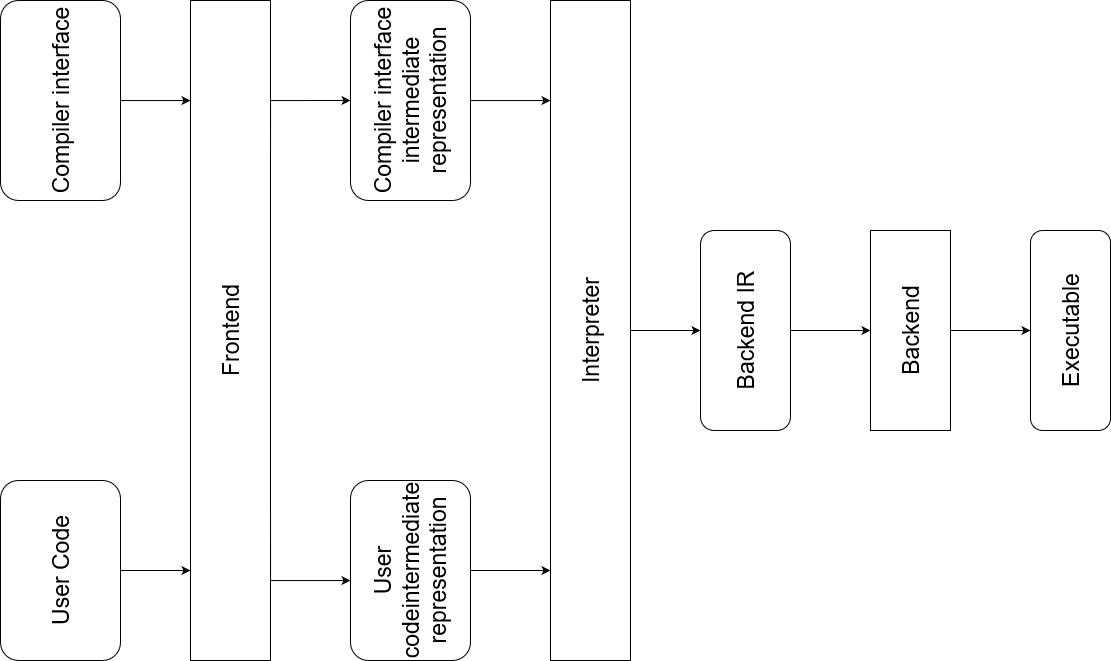
The draw.io diagram Papers/FEDCIS-2023-presentation/pictures/compiler-structure.png in Agrabski/C-equals-1, before a commit. Source tidied: cells renumbered, new cells last; positions are measured from the earlier drawing's top-left corner, leaving out a move shared by most shapes.
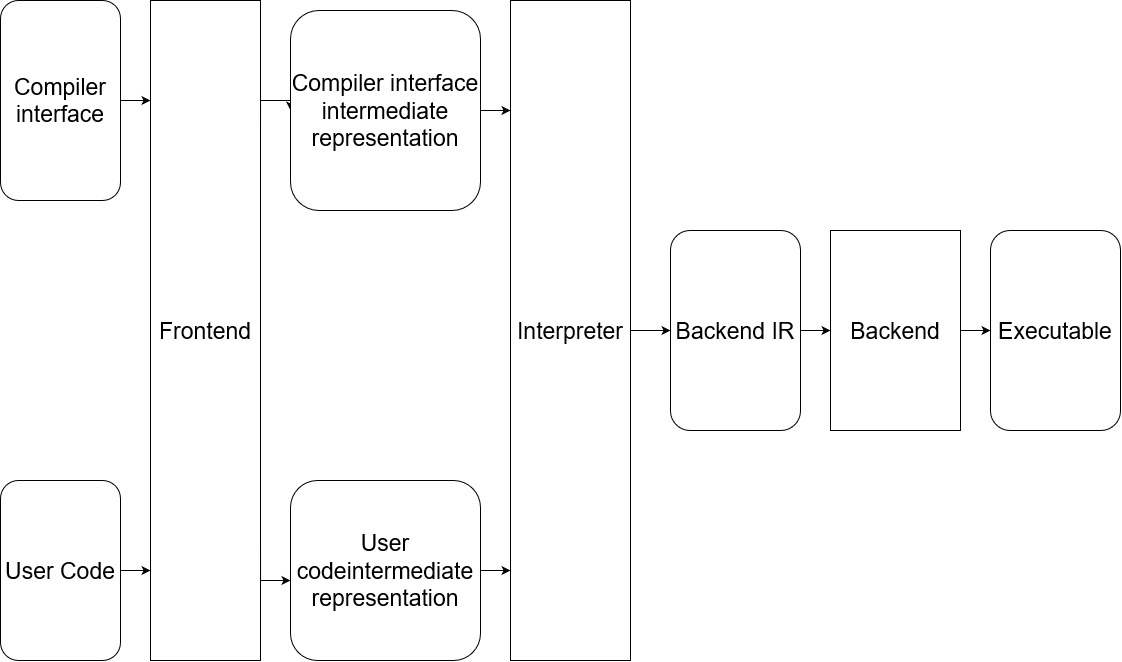
The same diagram one commit later.

What changed in the source:
```diff
@@ -2,7 +2,7 @@
   <root>
     <mxCell id="0" />
     <mxCell id="1" parent="0" />
-    <mxCell id="2" style="edgeStyle=orthogonalEdgeStyle;rounded=0;jettySize=auto;html=1;fontSize=23;horizontal=0;" parent="1" edge="1" source="3" target="8">
+    <mxCell id="2" style="edgeStyle=orthogonalEdgeStyle;rounded=0;jettySize=auto;html=1;fontSize=23;horizontal=1;" parent="1" edge="1" source="3" target="8">
       <mxGeometry relative="1" as="geometry">
         <Array as="points">
           <mxPoint x="180" y="100" />
@@ -10,10 +10,10 @@
         </Array>
       </mxGeometry>
     </mxCell>
-    <mxCell id="3" value="&lt;div style=&quot;font-size: 23px;&quot;&gt;Compiler interface&lt;/div&gt;" style="rounded=1;whiteSpace=wrap;html=1;horizontal=0;fontSize=23;" parent="1" vertex="1">
-      <mxGeometry width="120" height="200" as="geometry" />
+    <mxCell id="3" value="&lt;div style=&quot;font-size: 23px;&quot;&gt;Compiler interface&lt;/div&gt;" style="rounded=1;whiteSpace=wrap;html=1;horizontal=1;fontSize=23;" parent="1" vertex="1">
+      <mxGeometry x="-40" width="120" height="200" as="geometry" />
     </mxCell>
-    <mxCell id="4" style="edgeStyle=orthogonalEdgeStyle;rounded=0;jettySize=auto;html=1;fontSize=23;horizontal=0;" parent="1" edge="1" source="5" target="8">
+    <mxCell id="4" style="edgeStyle=orthogonalEdgeStyle;rounded=0;jettySize=auto;html=1;fontSize=23;horizontal=1;" parent="1" edge="1" source="5" target="8">
       <mxGeometry relative="1" as="geometry">
         <Array as="points">
           <mxPoint x="200" y="580" />
@@ -21,45 +21,45 @@
         </Array>
       </mxGeometry>
     </mxCell>
-    <mxCell id="5" value="User Code" style="rounded=1;whiteSpace=wrap;html=1;horizontal=0;fontSize=23;" parent="1" vertex="1">
-      <mxGeometry y="480" width="120" height="180" as="geometry" />
+    <mxCell id="5" value="User Code" style="rounded=1;whiteSpace=wrap;html=1;horizontal=1;fontSize=23;" parent="1" vertex="1">
+      <mxGeometry x="-40" y="480" width="120" height="180" as="geometry" />
     </mxCell>
-    <mxCell id="6" style="edgeStyle=orthogonalEdgeStyle;rounded=0;jettySize=auto;html=1;exitX=1;exitY=0.75;exitDx=0;exitDy=0;fontSize=23;horizontal=0;" parent="1" edge="1" source="8" target="18">
+    <mxCell id="6" style="edgeStyle=orthogonalEdgeStyle;rounded=0;jettySize=auto;html=1;exitX=1;exitY=0.75;exitDx=0;exitDy=0;fontSize=23;horizontal=1;" parent="1" edge="1" source="8" target="18">
       <mxGeometry relative="1" as="geometry">
         <Array as="points">
-          <mxPoint x="270" y="580" />
+          <mxPoint x="220" y="580" />
         </Array>
       </mxGeometry>
     </mxCell>
-    <mxCell id="7" style="edgeStyle=orthogonalEdgeStyle;rounded=0;jettySize=auto;html=1;exitX=1;exitY=0.25;exitDx=0;exitDy=0;entryX=0;entryY=0.5;entryDx=0;entryDy=0;fontSize=23;horizontal=0;" parent="1" edge="1" source="8" target="16">
+    <mxCell id="7" style="edgeStyle=orthogonalEdgeStyle;rounded=0;jettySize=auto;html=1;exitX=1;exitY=0.25;exitDx=0;exitDy=0;entryX=0;entryY=0.5;entryDx=0;entryDy=0;fontSize=23;horizontal=1;" parent="1" edge="1" source="8" target="16">
       <mxGeometry relative="1" as="geometry">
         <Array as="points">
-          <mxPoint x="270" y="100" />
+          <mxPoint x="220" y="100" />
         </Array>
       </mxGeometry>
     </mxCell>
-    <mxCell id="8" value="&lt;div style=&quot;font-size: 23px;&quot;&gt;Frontend&lt;/div&gt;" style="rounded=0;whiteSpace=wrap;html=1;horizontal=0;fontSize=23;" parent="1" vertex="1">
-      <mxGeometry x="190" width="80" height="660" as="geometry" />
+    <mxCell id="8" value="&lt;div style=&quot;font-size: 23px;&quot;&gt;Frontend&lt;/div&gt;" style="rounded=0;whiteSpace=wrap;html=1;horizontal=1;fontSize=23;" parent="1" vertex="1">
+      <mxGeometry x="110" width="110" height="660" as="geometry" />
     </mxCell>
-    <mxCell id="9" style="edgeStyle=orthogonalEdgeStyle;rounded=0;jettySize=auto;html=1;fontSize=23;horizontal=0;" parent="1" edge="1" source="10" target="14">
+    <mxCell id="9" style="edgeStyle=orthogonalEdgeStyle;rounded=0;jettySize=auto;html=1;fontSize=23;horizontal=1;" parent="1" edge="1" source="10" target="14">
       <mxGeometry relative="1" as="geometry" />
     </mxCell>
-    <mxCell id="10" value="Interpreter" style="rounded=0;whiteSpace=wrap;html=1;horizontal=0;fontSize=23;" parent="1" vertex="1">
-      <mxGeometry x="550" width="80" height="660" as="geometry" />
+    <mxCell id="10" value="Interpreter" style="rounded=0;whiteSpace=wrap;html=1;horizontal=1;fontSize=23;" parent="1" vertex="1">
+      <mxGeometry x="470" width="120" height="660" as="geometry" />
     </mxCell>
-    <mxCell id="11" style="edgeStyle=orthogonalEdgeStyle;rounded=0;jettySize=auto;html=1;fontSize=23;horizontal=0;" parent="1" edge="1" source="12" target="19">
+    <mxCell id="11" style="edgeStyle=orthogonalEdgeStyle;rounded=0;jettySize=auto;html=1;fontSize=23;horizontal=1;" parent="1" edge="1" source="12" target="19">
       <mxGeometry relative="1" as="geometry" />
     </mxCell>
-    <mxCell id="12" value="Backend" style="rounded=0;whiteSpace=wrap;html=1;horizontal=0;fontSize=23;" parent="1" vertex="1">
-      <mxGeometry x="870" y="230" width="80" height="200" as="geometry" />
+    <mxCell id="12" value="Backend" style="rounded=0;whiteSpace=wrap;html=1;horizontal=1;fontSize=23;" parent="1" vertex="1">
+      <mxGeometry x="790" y="230" width="130" height="200" as="geometry" />
     </mxCell>
-    <mxCell id="13" style="edgeStyle=orthogonalEdgeStyle;rounded=0;jettySize=auto;html=1;fontSize=23;horizontal=0;" parent="1" edge="1" source="14" target="12">
+    <mxCell id="13" style="edgeStyle=orthogonalEdgeStyle;rounded=0;jettySize=auto;html=1;fontSize=23;horizontal=1;" parent="1" edge="1" source="14" target="12">
       <mxGeometry relative="1" as="geometry" />
     </mxCell>
-    <mxCell id="14" value="Backend IR" style="rounded=1;whiteSpace=wrap;html=1;horizontal=0;fontSize=23;" parent="1" vertex="1">
-      <mxGeometry x="700" y="230" width="90" height="200" as="geometry" />
+    <mxCell id="14" value="Backend IR" style="rounded=1;whiteSpace=wrap;html=1;horizontal=1;fontSize=23;" parent="1" vertex="1">
+      <mxGeometry x="630" y="230" width="130" height="200" as="geometry" />
     </mxCell>
-    <mxCell id="15" style="edgeStyle=orthogonalEdgeStyle;rounded=0;jettySize=auto;html=1;fontSize=23;horizontal=0;" parent="1" edge="1" source="16" target="10">
+    <mxCell id="15" style="edgeStyle=orthogonalEdgeStyle;rounded=0;jettySize=auto;html=1;fontSize=23;horizontal=1;" parent="1" edge="1" source="16" target="10">
       <mxGeometry relative="1" as="geometry">
         <Array as="points">
           <mxPoint x="540" y="100" />
@@ -67,10 +67,10 @@
         </Array>
       </mxGeometry>
     </mxCell>
-    <mxCell id="16" value="&lt;div style=&quot;font-size: 23px;&quot;&gt;Compiler interface intermediate representation&lt;/div&gt;" style="rounded=1;whiteSpace=wrap;html=1;horizontal=0;fontSize=23;" parent="1" vertex="1">
-      <mxGeometry x="350" width="120" height="200" as="geometry" />
+    <mxCell id="16" value="&lt;div style=&quot;font-size: 23px;&quot;&gt;Compiler interface intermediate representation&lt;/div&gt;" style="rounded=1;whiteSpace=wrap;html=1;horizontal=1;fontSize=23;" parent="1" vertex="1">
+      <mxGeometry x="250" y="10" width="190" height="200" as="geometry" />
     </mxCell>
-    <mxCell id="17" style="edgeStyle=orthogonalEdgeStyle;rounded=0;jettySize=auto;html=1;fontSize=23;horizontal=0;" parent="1" edge="1" source="18" target="10">
+    <mxCell id="17" style="edgeStyle=orthogonalEdgeStyle;rounded=0;jettySize=auto;html=1;fontSize=23;horizontal=1;" parent="1" edge="1" source="18" target="10">
       <mxGeometry relative="1" as="geometry">
         <Array as="points">
           <mxPoint x="570" y="580" />
@@ -78,11 +78,11 @@
         </Array>
       </mxGeometry>
     </mxCell>
-    <mxCell id="18" value="&lt;div style=&quot;font-size: 23px;&quot;&gt;User codeintermediate representation&lt;/div&gt;" style="rounded=1;whiteSpace=wrap;html=1;horizontal=0;fontSize=23;" parent="1" vertex="1">
-      <mxGeometry x="350" y="480" width="120" height="180" as="geometry" />
+    <mxCell id="18" value="&lt;div style=&quot;font-size: 23px;&quot;&gt;User codeintermediate representation&lt;/div&gt;" style="rounded=1;whiteSpace=wrap;html=1;horizontal=1;fontSize=23;" parent="1" vertex="1">
+      <mxGeometry x="250" y="480" width="190" height="180" as="geometry" />
     </mxCell>
-    <mxCell id="19" value="Executable" style="rounded=1;whiteSpace=wrap;html=1;horizontal=0;fontSize=23;" parent="1" vertex="1">
-      <mxGeometry x="1030" y="230" width="80" height="200" as="geometry" />
+    <mxCell id="19" value="Executable" style="rounded=1;whiteSpace=wrap;html=1;horizontal=1;fontSize=23;" parent="1" vertex="1">
+      <mxGeometry x="950" y="230" width="130" height="200" as="geometry" />
     </mxCell>
   </root>
 </mxGraphModel>
```
